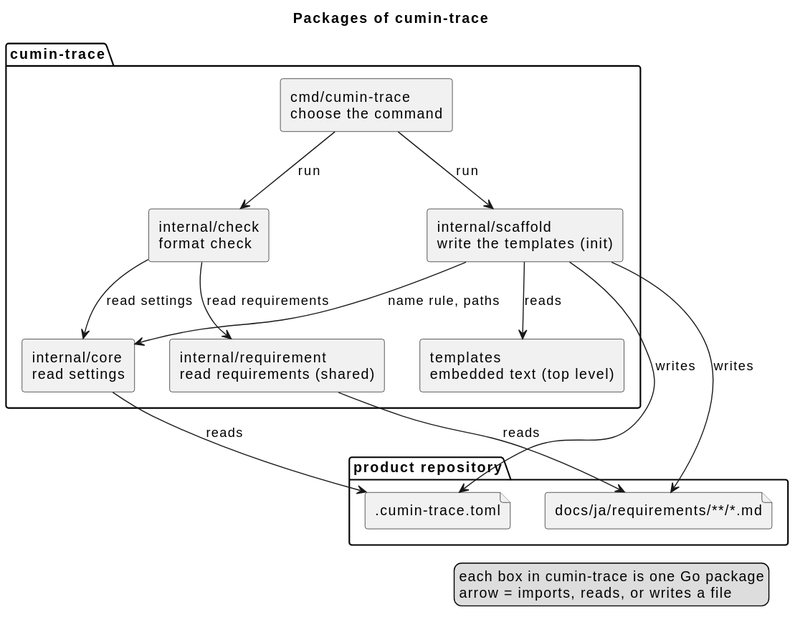
Before: docs/ja/architecture/overview.svg, a diagram exported from PlantUML (cloveclovedev/cumin-trace).
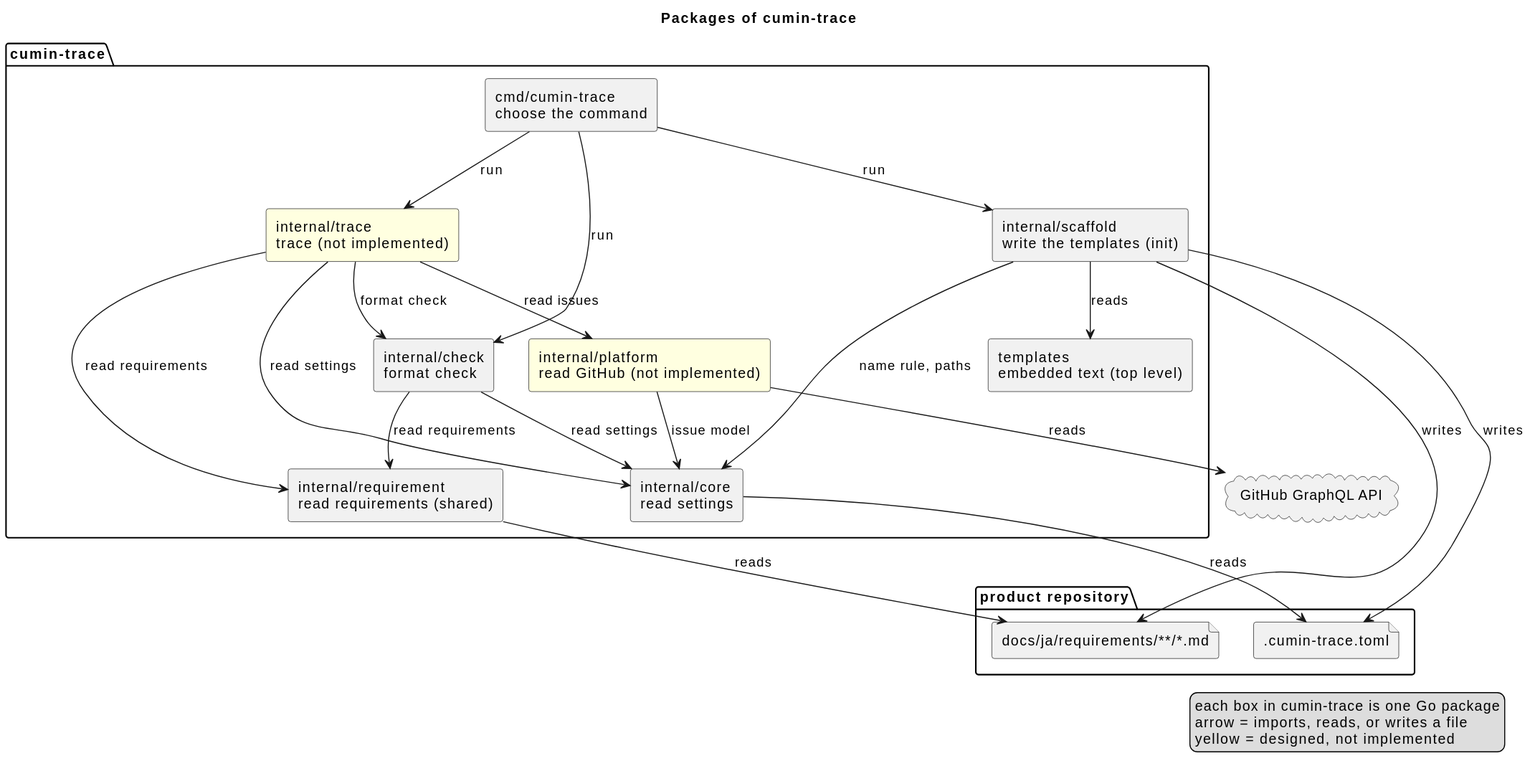
Later version of the same file.

What changed in the source:
```diff
@@ -15,10 +15,21 @@
   [internal/core\nread settings] as core
   [internal/scaffold\nwrite the templates (init)] as scaffold
   [templates\nembedded text (top level)] as templates
+  [internal/trace\ntrace (not implemented)] as trace #LightYellow
+  [internal/platform\nread GitHub (not implemented)] as platform #LightYellow
 }
+
+cloud "GitHub GraphQL API" as api
 
 cmd --> check : run
 cmd --> scaffold : run
+cmd --> trace : run
+trace --> check : format check
+trace --> requirement : read requirements
+trace --> core : read settings
+trace --> platform : read issues
+platform --> core : issue model
+platform --> api : reads
 scaffold --> templates : reads
 scaffold --> core : name rule, paths
 scaffold --> toml : writes
@@ -31,5 +42,6 @@
 legend right
   each box in cumin-trace is one Go package
   arrow = imports, reads, or writes a file
+  yellow = designed, not implemented
 endlegend
 @enduml
```
